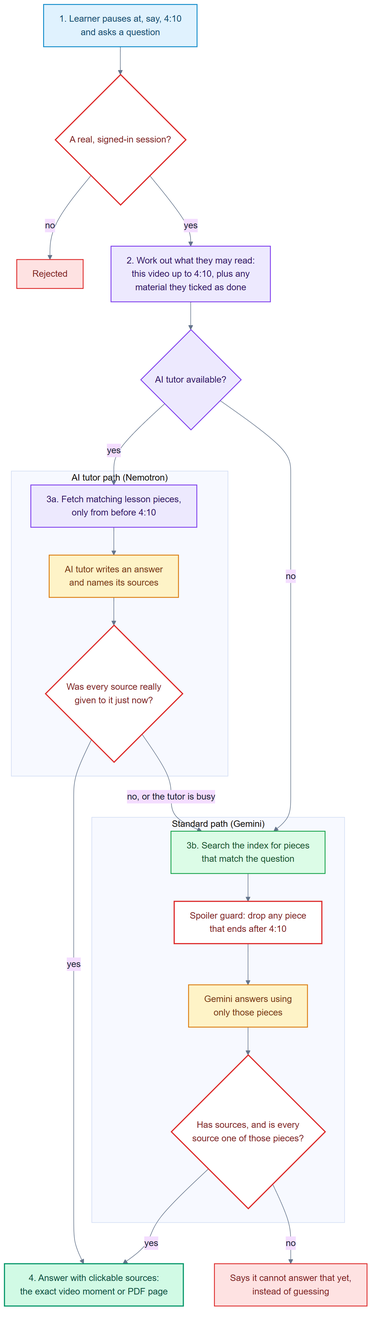
Before: submission/diagrams/3-question-flow.png, a diagram exported from Mermaid (Nanu69-batman/ailearn). Its source is kept beside it as submission/diagrams/src/3-question-flow.mmd. The source it was exported from:
```mermaid
%%{init: {"theme": "base", "fontFamily": "Arial, Helvetica, sans-serif", "themeVariables": {"fontSize": "16px", "fontFamily": "Arial, Helvetica, sans-serif", "lineColor": "#64748b", "primaryTextColor": "#0f172a"}, "flowchart": {"curve": "basis", "padding": 14, "wrappingWidth": 340}}}%%
flowchart TD
  Q["1. Learner pauses at, say, 4:10<br/>and asks a question"]:::person --> AUTH{"A real, signed-in session?"}:::check
  AUTH -->|"no"| NO["Rejected"]:::stop
  AUTH -->|"yes"| SC["2. Work out what they may read:<br/>this video up to 4:10, plus any<br/>material they ticked as done"]:::server
  SC --> HAS{"AI tutor available?"}:::server

  subgraph AGENT["AI tutor path (Nemotron)"]
    PF["3a. Fetch matching lesson pieces,<br/>only from before 4:10"]:::server
    PF --> AG["AI tutor writes an answer<br/>and names its sources"]:::ai
    AG --> AV{"Was every source really<br/>given to it just now?"}:::check
  end

  subgraph CLASSIC["Standard path (Gemini)"]
    SR["3b. Search the index for pieces<br/>that match the question"]:::store
    SR --> GATE["Spoiler guard: drop any piece<br/>that ends after 4:10"]:::check
    GATE --> LLM["Gemini answers using<br/>only those pieces"]:::ai
    LLM --> CIT{"Has sources, and is every<br/>source one of those pieces?"}:::check
  end

  HAS -->|"yes"| PF
  HAS -->|"no"| SR
  AV -->|"yes"| OK["4. Answer with clickable sources:<br/>the exact video moment or PDF page"]:::good
  AV -->|"no, or the tutor is busy"| SR
  CIT -->|"yes"| OK
  CIT -->|"no"| RF["Says it cannot answer that yet,<br/>instead of guessing"]:::stop

  classDef person fill:#e0f2fe,stroke:#0284c7,color:#0c4a6e,stroke-width:1.5px
  classDef server fill:#ede9fe,stroke:#7c3aed,color:#2e1065,stroke-width:1.5px
  classDef ai fill:#fef3c7,stroke:#d97706,color:#78350f,stroke-width:1.5px
  classDef store fill:#dcfce7,stroke:#16a34a,color:#14532d,stroke-width:1.5px
  classDef check fill:#ffffff,stroke:#dc2626,color:#7f1d1d,stroke-width:2px
  classDef good fill:#d1fae5,stroke:#059669,color:#064e3b,stroke-width:2px
  classDef stop fill:#fee2e2,stroke:#dc2626,color:#7f1d1d,stroke-width:1.5px
```
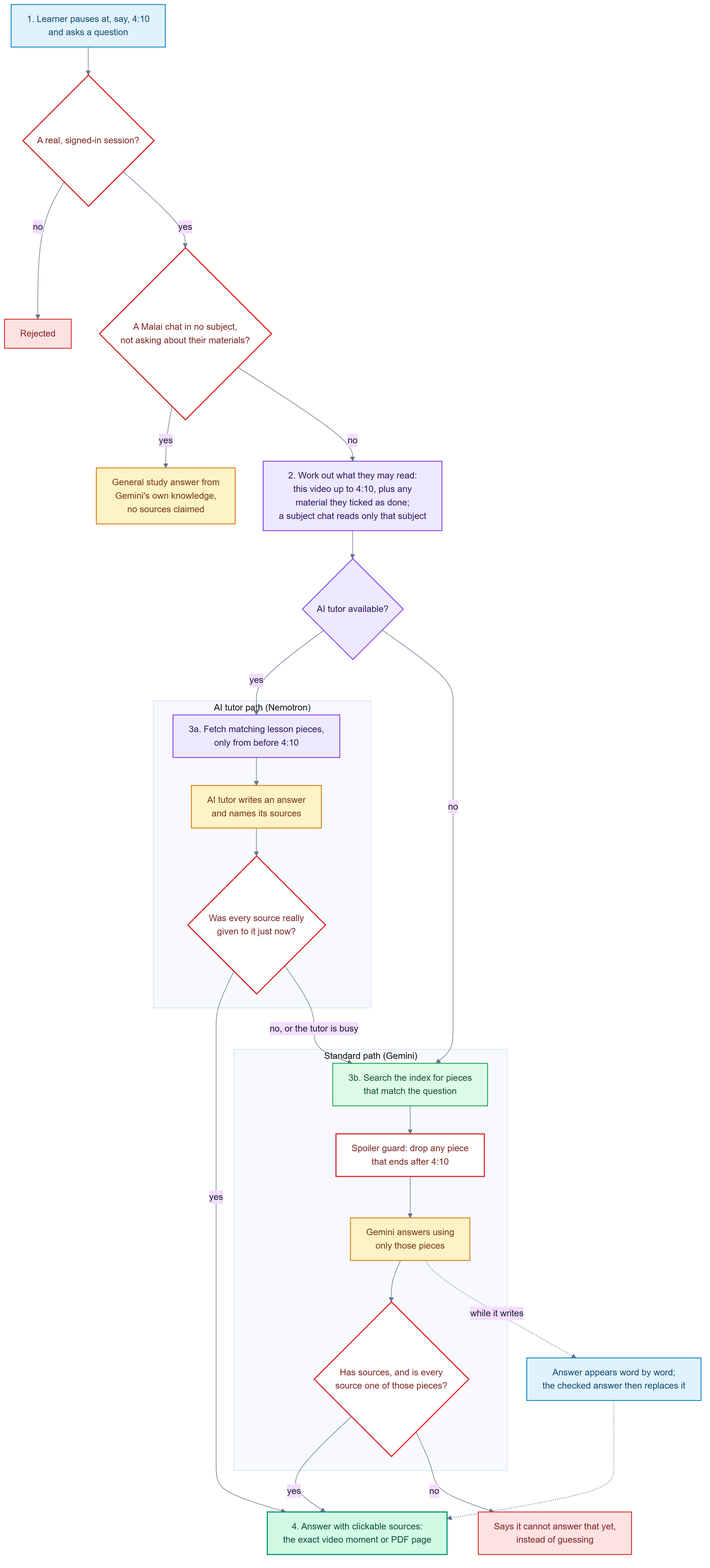
After the commit.

Commit message:
docs(submission): diagrams for chapters, general and streamed answers, quizzes from any chat, the two-window lesson page

Diff of the diagram source:
```diff
@@ -2,7 +2,9 @@
 flowchart TD
   Q["1. Learner pauses at, say, 4:10<br/>and asks a question"]:::person --> AUTH{"A real, signed-in session?"}:::check
   AUTH -->|"no"| NO["Rejected"]:::stop
-  AUTH -->|"yes"| SC["2. Work out what they may read:<br/>this video up to 4:10, plus any<br/>material they ticked as done"]:::server
+  AUTH -->|"yes"| GEN{"A Malai chat in no subject,<br/>not asking about their materials?"}:::check
+  GEN -->|"yes"| GK["General study answer from<br/>Gemini's own knowledge,<br/>no sources claimed"]:::ai
+  GEN -->|"no"| SC["2. Work out what they may read:<br/>this video up to 4:10, plus any<br/>material they ticked as done;<br/>a subject chat reads only that subject"]:::server
   SC --> HAS{"AI tutor available?"}:::server
 
   subgraph AGENT["AI tutor path (Nemotron)"]
@@ -24,6 +26,8 @@
   AV -->|"no, or the tutor is busy"| SR
   CIT -->|"yes"| OK
   CIT -->|"no"| RF["Says it cannot answer that yet,<br/>instead of guessing"]:::stop
+  LLM -.->|"while it writes"| LIVE["Answer appears word by word;<br/>the checked answer then replaces it"]:::person
+  LIVE -.-> OK
 
   classDef person fill:#e0f2fe,stroke:#0284c7,color:#0c4a6e,stroke-width:1.5px
   classDef server fill:#ede9fe,stroke:#7c3aed,color:#2e1065,stroke-width:1.5px
```
